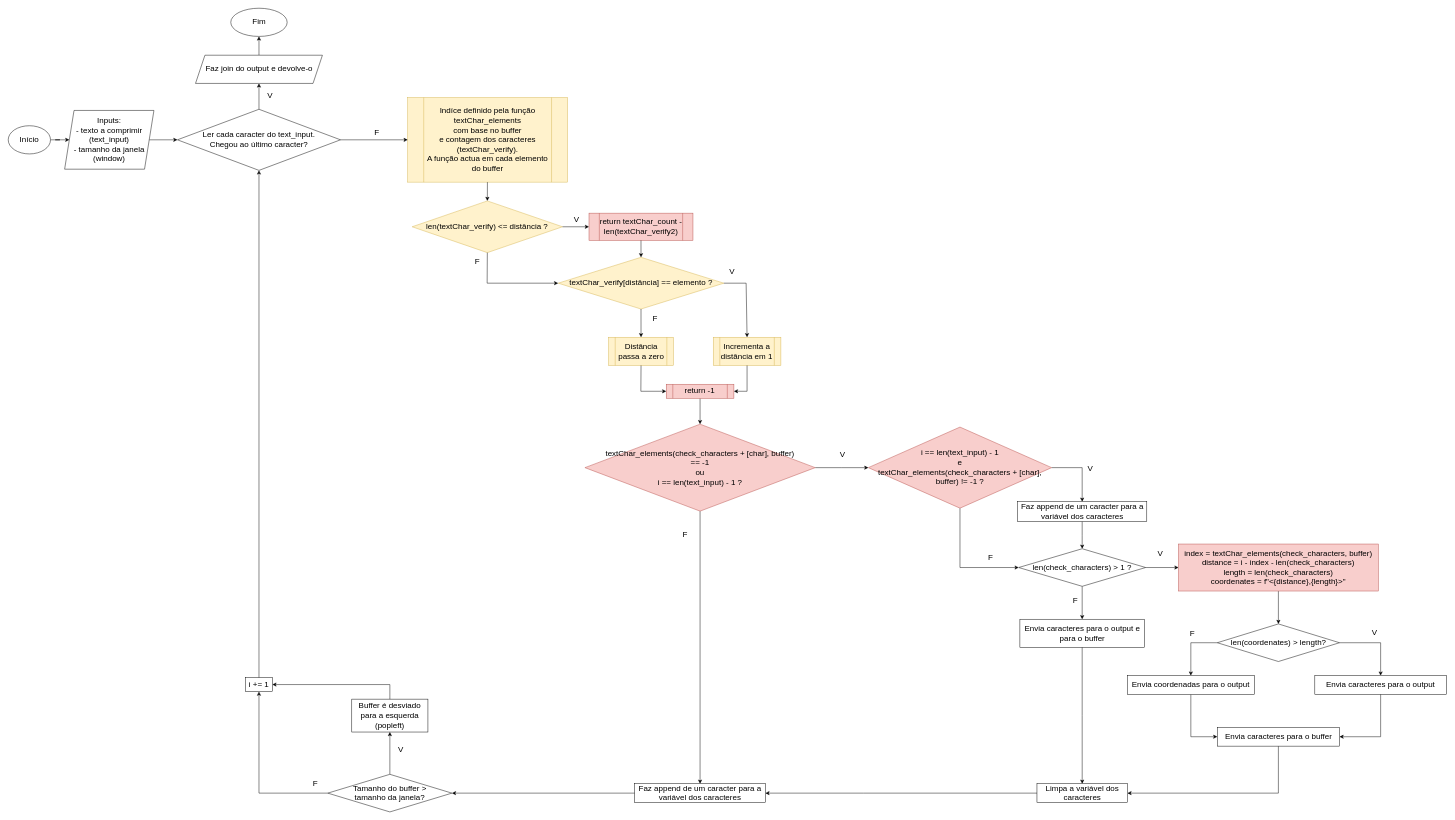
alexdyaz/PandaEncoder keeps this draw.io diagram as pzypProject/proj3comp.drawio. Above is the earlier version. Source tidied: cells renumbered, new cells numbered last; positions are measured from the earlier drawing's top-left corner, leaving out a move shared by most shapes. Both pictures are drawn from the tidied source at 47%, with x=0, y=0 at pixel (8, 8).
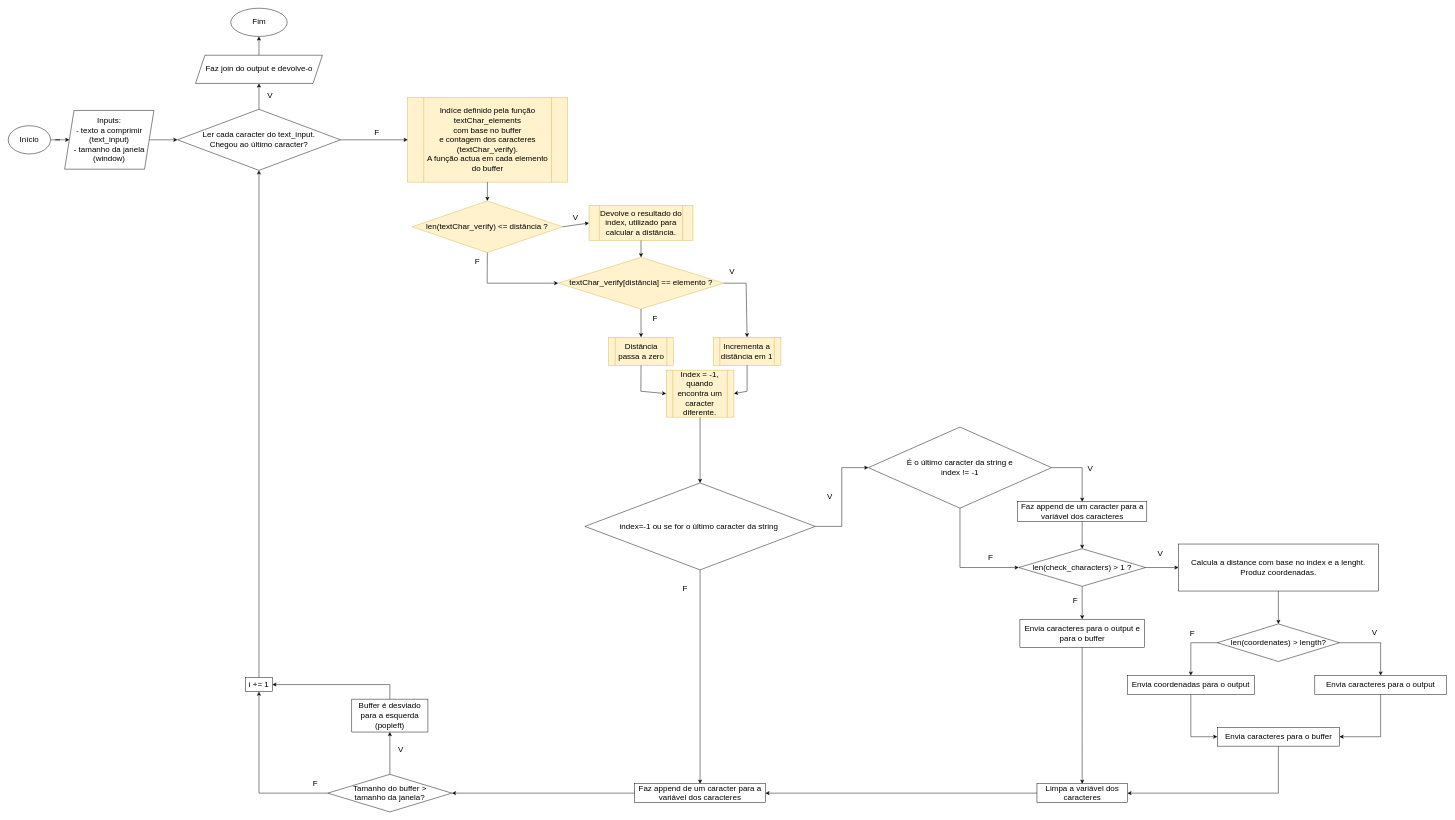
The same page after the edit.

What changed in the source:
```diff
@@
-    <mxCell id="11" value="return textChar_count - len(textChar_verify2)" style="shape=process;whiteSpace=wrap;html=1;backgroundOutline=1;fontSize=17;fillColor=#f8cecc;strokeColor=#b85450;" parent="1" vertex="1">
-      <mxGeometry x="1235.7" y="436" width="221.2" height="58" as="geometry" />
+    <mxCell id="11" value="Devolve o resultado do index, utilizado para calcular a distância." style="shape=process;whiteSpace=wrap;html=1;backgroundOutline=1;fontSize=17;fillColor=#fff2cc;strokeColor=#d6b656;" parent="1" vertex="1">
+      <mxGeometry x="1235.7" y="420" width="221.2" height="74" as="geometry" />
     </mxCell>
@@
-    <mxCell id="21" value="return -1" style="shape=process;whiteSpace=wrap;html=1;backgroundOutline=1;fontSize=17;fillColor=#f8cecc;strokeColor=#b85450;" parent="1" vertex="1">
-      <mxGeometry x="1400" y="800" width="144" height="30" as="geometry" />
+    <mxCell id="21" value="Index = -1, quando encontra um caracter diferente." style="shape=process;whiteSpace=wrap;html=1;backgroundOutline=1;fontSize=17;fillColor=#fff2cc;strokeColor=#d6b656;" parent="1" vertex="1">
+      <mxGeometry x="1400" y="770" width="144" height="100" as="geometry" />
     </mxCell>
@@
-    <mxCell id="24" value="&lt;div&gt;textChar_elements(check_characters + [char], buffer)&lt;/div&gt;&lt;div&gt;== -1&lt;/div&gt;&lt;div&gt;ou&lt;/div&gt;&lt;div&gt;i == len(text_input) - 1 ?&lt;br&gt;&lt;/div&gt;" style="rhombus;whiteSpace=wrap;html=1;fontSize=17;fillColor=#f8cecc;strokeColor=#b85450;" parent="1" vertex="1">
-      <mxGeometry x="1227" y="885" width="490" height="185" as="geometry" />
+    <mxCell id="24" value="&lt;div&gt;index=-1 ou se for o último caracter da string&amp;nbsp;&lt;/div&gt;" style="rhombus;whiteSpace=wrap;html=1;fontSize=17;" parent="1" vertex="1">
+      <mxGeometry x="1227" y="1010" width="490" height="185" as="geometry" />
     </mxCell>
@@
-    <mxCell id="29" value="&lt;div&gt;i == len(text_input) - 1&lt;/div&gt;&lt;div&gt;e&lt;/div&gt;&lt;div&gt;textChar_elements(check_characters + [char], buffer) != -1 ?&lt;br&gt;&lt;/div&gt;" style="rhombus;whiteSpace=wrap;html=1;fontSize=17;fillColor=#f8cecc;strokeColor=#b85450;" parent="1" vertex="1">
+    <mxCell id="29" value="&lt;div&gt;É o último caracter da string e&lt;/div&gt;&lt;div&gt;index != -1&lt;/div&gt;" style="rhombus;whiteSpace=wrap;html=1;fontSize=17;" parent="1" vertex="1">
       <mxGeometry x="1830" y="891.2" width="390" height="172.5" as="geometry" />
     </mxCell>
@@
-    <mxCell id="35" value="&lt;div&gt;index = textChar_elements(check_characters, buffer)&lt;/div&gt;&lt;div&gt;distance = i - index - len(check_characters)&lt;/div&gt;&lt;div&gt;length = len(check_characters)&lt;/div&gt;&lt;div&gt;coordenates = f&quot;&amp;lt;{distance},{length}&amp;gt;&quot;&lt;/div&gt;" style="whiteSpace=wrap;html=1;fontSize=17;fillColor=#f8cecc;strokeColor=#b85450;" parent="1" vertex="1">
+    <mxCell id="35" value="Calcula a distance com base no index e a lenght. Produz coordenadas." style="whiteSpace=wrap;html=1;fontSize=17;" parent="1" vertex="1">
       <mxGeometry x="2490" y="1140" width="425" height="100" as="geometry" />
     </mxCell>
```
